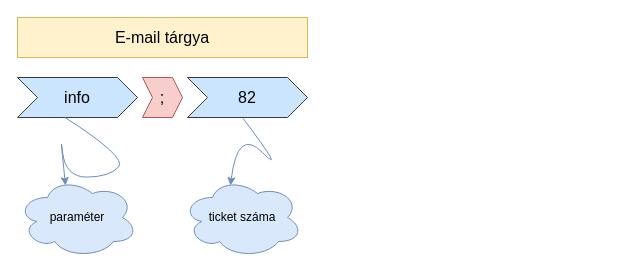
The draw.io diagram docs/ticket_system/process_chart.drawio in attilasalacz/amx_wiki, before the edit. Source tidied: cells renumbered, new cells numbered last; positions are measured from the earlier drawing's top-left corner, leaving out a move shared by most shapes. Both pictures are drawn from the tidied source at 100%, with x=0, y=0 at pixel (17, 17).
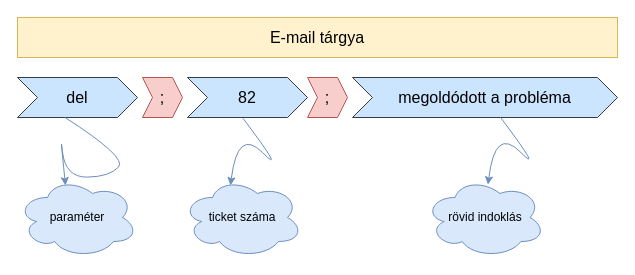
Above is the later version.

The edit, as a diff of the source:
```diff
@@
     <mxCell id="2" value="E-mail tárgya" style="rounded=0;whiteSpace=wrap;html=1;fontSize=16;fillColor=#fff2cc;strokeColor=#d6b656;fontColor=#000000;" parent="1" vertex="1">
-      <mxGeometry width="290" height="40" as="geometry" />
+      <mxGeometry width="600" height="40" as="geometry" />
     </mxCell>
@@
-    <mxCell id="5" value="info" style="shape=step;perimeter=stepPerimeter;whiteSpace=wrap;html=1;fixedSize=1;strokeColor=#36393d;fontSize=16;fillColor=#cce5ff;fontColor=#000000;" parent="1" vertex="1">
+    <mxCell id="5" value="del" style="shape=step;perimeter=stepPerimeter;whiteSpace=wrap;html=1;fixedSize=1;strokeColor=#36393d;fontSize=16;fillColor=#cce5ff;fontColor=#000000;" parent="1" vertex="1">
       <mxGeometry y="60" width="120" height="40" as="geometry" />
     </mxCell>
@@
+    <mxCell id="10" value="megoldódott a probléma" style="shape=step;perimeter=stepPerimeter;whiteSpace=wrap;html=1;fixedSize=1;strokeColor=#36393d;fontSize=16;fillColor=#cce5ff;fontColor=#000000;" parent="1" vertex="1">
+      <mxGeometry x="335" y="60" width="265" height="40" as="geometry" />
+    </mxCell>
+    <mxCell id="11" value=";" style="shape=step;perimeter=stepPerimeter;whiteSpace=wrap;html=1;fixedSize=1;strokeColor=#b85450;fontSize=16;fillColor=#f8cecc;size=10;fillStyle=auto;fontColor=#000000;" parent="1" vertex="1">
+      <mxGeometry x="290" y="60" width="40" height="40" as="geometry" />
+    </mxCell>
+    <mxCell id="12" value="rövid indoklás" style="ellipse;shape=cloud;whiteSpace=wrap;html=1;fillStyle=auto;strokeColor=#6c8ebf;fontFamily=Helvetica;fontSize=12;fillColor=#dae8fc;fontColor=#000000;" parent="1" vertex="1">
+      <mxGeometry x="407.5" y="160" width="120" height="80" as="geometry" />
+    </mxCell>
+    <mxCell id="13" style="curved=1;endArrow=classic;html=1;fontFamily=Helvetica;fontSize=12;fontColor=#000000;exitX=0.463;exitY=1.021;exitDx=0;exitDy=0;exitPerimeter=0;entryX=0.4;entryY=0.1;entryDx=0;entryDy=0;entryPerimeter=0;fillColor=#dae8fc;strokeColor=#6c8ebf;" parent="1" edge="1">
+      <mxGeometry relative="1" as="geometry">
+        <mxPoint x="483.1" y="100" as="sourcePoint" />
+        <mxPoint x="470.5" y="167.2" as="targetPoint" />
+        <Array as="points">
+          <mxPoint x="527.5" y="159.2" />
+          <mxPoint x="477.5" y="109.2" />
+        </Array>
+      </mxGeometry>
+    </mxCell>
```
